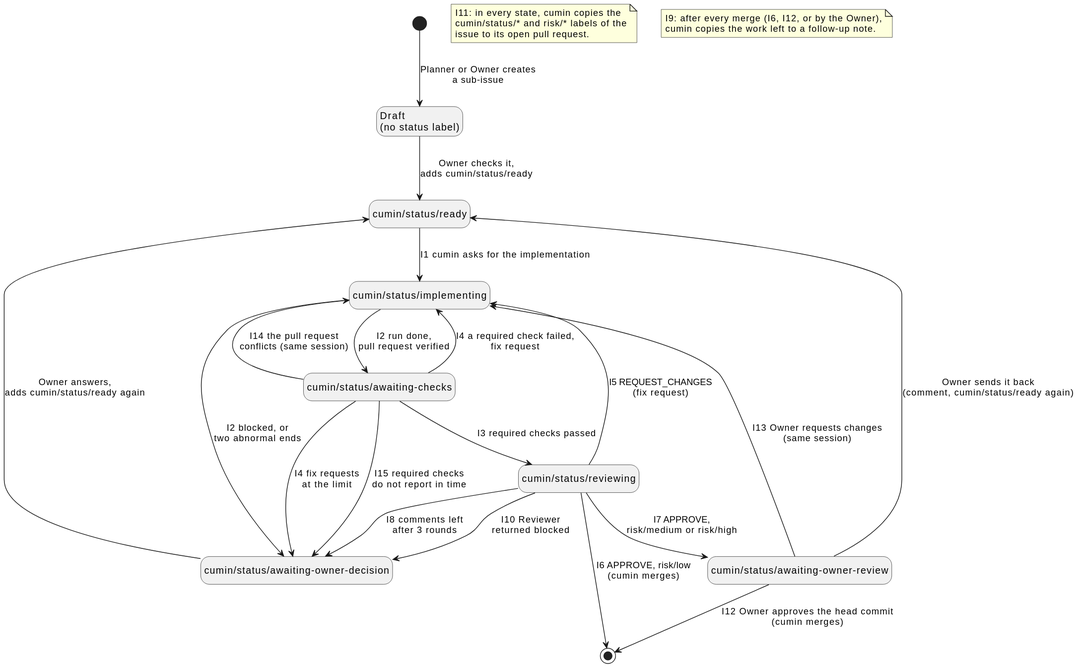
This is docs/ja/requirements/workflow/implementation-issue-states.svg from cloveclovedev/cumin-works, a PlantUML export, as it was before one commit. Source of this version:
```plantuml
@startuml

hide empty description

state "Draft\n(no status label)" as Draft
state "cumin/status/ready" as Ready
state "cumin/status/implementing" as Implementing
state "cumin/status/awaiting-checks" as Checks
state "cumin/status/reviewing" as Reviewing
state "cumin/status/awaiting-owner-review" as OwnerReview
state "cumin/status/awaiting-owner-decision" as Decision

[*] --> Draft : Planner or Owner creates\na sub-issue
Draft --> Ready : Owner checks it,\nadds cumin/status/ready
Ready --> Implementing : I1 cumin asks for the implementation
Implementing --> Checks : I2 run done,\npull request verified
Implementing --> Decision : I2 blocked, or\ntwo abnormal ends
Checks --> Reviewing : I3 required checks passed
Checks --> Implementing : I4 a required check failed,\nfix request
Checks --> Decision : I4 fix requests\nat the limit
Checks --> Implementing : I14 the pull request\nconflicts (same session)
Checks --> Decision : I15 required checks\ndo not report in time
Reviewing --> Implementing : I5 REQUEST_CHANGES\n(fix request)
Reviewing --> [*] : I6 APPROVE, risk/low\n(cumin merges)
Reviewing --> OwnerReview : I7 APPROVE,\nrisk/medium or risk/high
Reviewing --> Decision : I8 comments left\nafter 3 rounds
Reviewing --> Decision : I10 Reviewer\nreturned blocked
OwnerReview --> [*] : I12 Owner approves the head commit\n(cumin merges)
OwnerReview --> Implementing : I13 Owner requests changes\n(same session)
OwnerReview --> Ready : Owner sends it back\n(comment, cumin/status/ready again)
Decision --> Ready : Owner answers,\nadds cumin/status/ready again

note "I11: in every state, cumin copies the\ncumin/status/* and risk/* labels of the\nissue to its open pull request." as I11
note "I9: after every merge (I6, I12, or by the Owner),\ncumin copies the work left to a follow-up note." as I9
@enduml
```
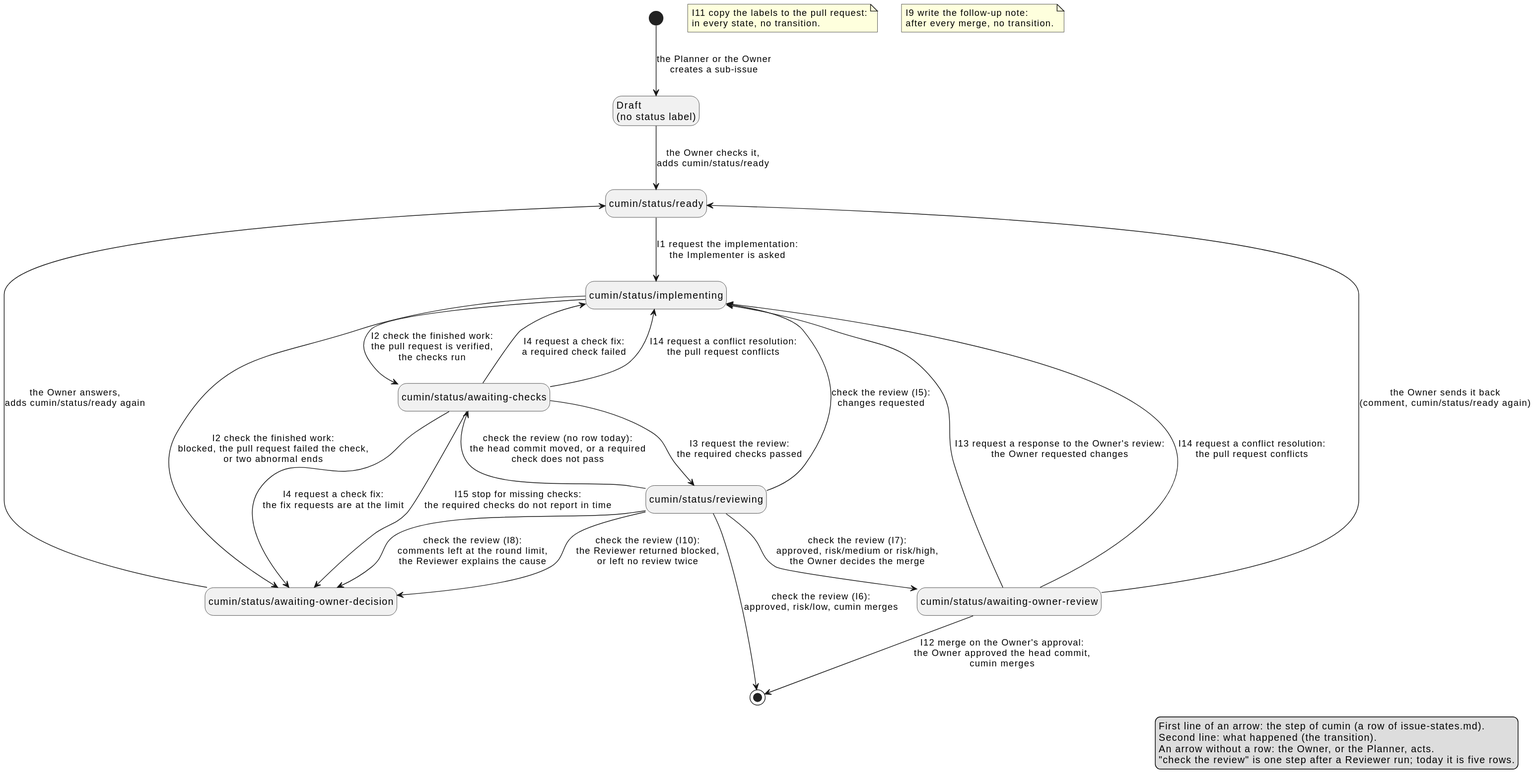
The same file after the commit.

Commit message:
docs(requirements): draft the names of steps and transitions in the two state diagrams

What changed in the source:
```diff
@@ -10,26 +10,35 @@
 state "cumin/status/awaiting-owner-review" as OwnerReview
 state "cumin/status/awaiting-owner-decision" as Decision
 
-[*] --> Draft : Planner or Owner creates\na sub-issue
-Draft --> Ready : Owner checks it,\nadds cumin/status/ready
-Ready --> Implementing : I1 cumin asks for the implementation
-Implementing --> Checks : I2 run done,\npull request verified
-Implementing --> Decision : I2 blocked, or\ntwo abnormal ends
-Checks --> Reviewing : I3 required checks passed
-Checks --> Implementing : I4 a required check failed,\nfix request
-Checks --> Decision : I4 fix requests\nat the limit
-Checks --> Implementing : I14 the pull request\nconflicts (same session)
-Checks --> Decision : I15 required checks\ndo not report in time
-Reviewing --> Implementing : I5 REQUEST_CHANGES\n(fix request)
-Reviewing --> [*] : I6 APPROVE, risk/low\n(cumin merges)
-Reviewing --> OwnerReview : I7 APPROVE,\nrisk/medium or risk/high
-Reviewing --> Decision : I8 comments left\nafter 3 rounds
-Reviewing --> Decision : I10 Reviewer\nreturned blocked
-OwnerReview --> [*] : I12 Owner approves the head commit\n(cumin merges)
-OwnerReview --> Implementing : I13 Owner requests changes\n(same session)
-OwnerReview --> Ready : Owner sends it back\n(comment, cumin/status/ready again)
-Decision --> Ready : Owner answers,\nadds cumin/status/ready again
+[*] --> Draft : the Planner or the Owner\ncreates a sub-issue
+Draft --> Ready : the Owner checks it,\nadds cumin/status/ready
+Ready --> Implementing : I1 request the implementation:\nthe Implementer is asked
+Implementing --> Checks : I2 check the finished work:\nthe pull request is verified,\nthe checks run
+Implementing --> Decision : I2 check the finished work:\nblocked, the pull request failed the check,\nor two abnormal ends
+Checks --> Reviewing : I3 request the review:\nthe required checks passed
+Checks --> Implementing : I4 request a check fix:\na required check failed
+Checks --> Decision : I4 request a check fix:\nthe fix requests are at the limit
+Checks --> Implementing : I14 request a conflict resolution:\nthe pull request conflicts
+Checks --> Decision : I15 stop for missing checks:\nthe required checks do not report in time
+Reviewing --> Implementing : check the review (I5):\nchanges requested
+Reviewing --> [*] : check the review (I6):\napproved, risk/low, cumin merges
+Reviewing --> OwnerReview : check the review (I7):\napproved, risk/medium or risk/high,\nthe Owner decides the merge
+Reviewing --> Decision : check the review (I8):\ncomments left at the round limit,\nthe Reviewer explains the cause
+Reviewing --> Decision : check the review (I10):\nthe Reviewer returned blocked,\nor left no review twice
+Reviewing --> Checks : check the review (no row today):\nthe head commit moved, or a required\ncheck does not pass
+OwnerReview --> [*] : I12 merge on the Owner's approval:\nthe Owner approved the head commit,\ncumin merges
+OwnerReview --> Implementing : I13 request a response to the Owner's review:\nthe Owner requested changes
+OwnerReview --> Implementing : I14 request a conflict resolution:\nthe pull request conflicts
+OwnerReview --> Ready : the Owner sends it back\n(comment, cumin/status/ready again)
+Decision --> Ready : the Owner answers,\nadds cumin/status/ready again
 
-note "I11: in every state, cumin copies the\ncumin/status/* and risk/* labels of the\nissue to its open pull request." as I11
-note "I9: after every merge (I6, I12, or by the Owner),\ncumin copies the work left to a follow-up note." as I9
+note "I11 copy the labels to the pull request:\nin every state, no transition." as I11
+note "I9 write the follow-up note:\nafter every merge, no transition." as I9
+
+legend right
+  First line of an arrow: the step of cumin (a row of issue-states.md).
+  Second line: what happened (the transition).
+  An arrow without a row: the Owner, or the Planner, acts.
+  "check the review" is one step after a Reviewer run; today it is five rows.
+endlegend
 @enduml
```
